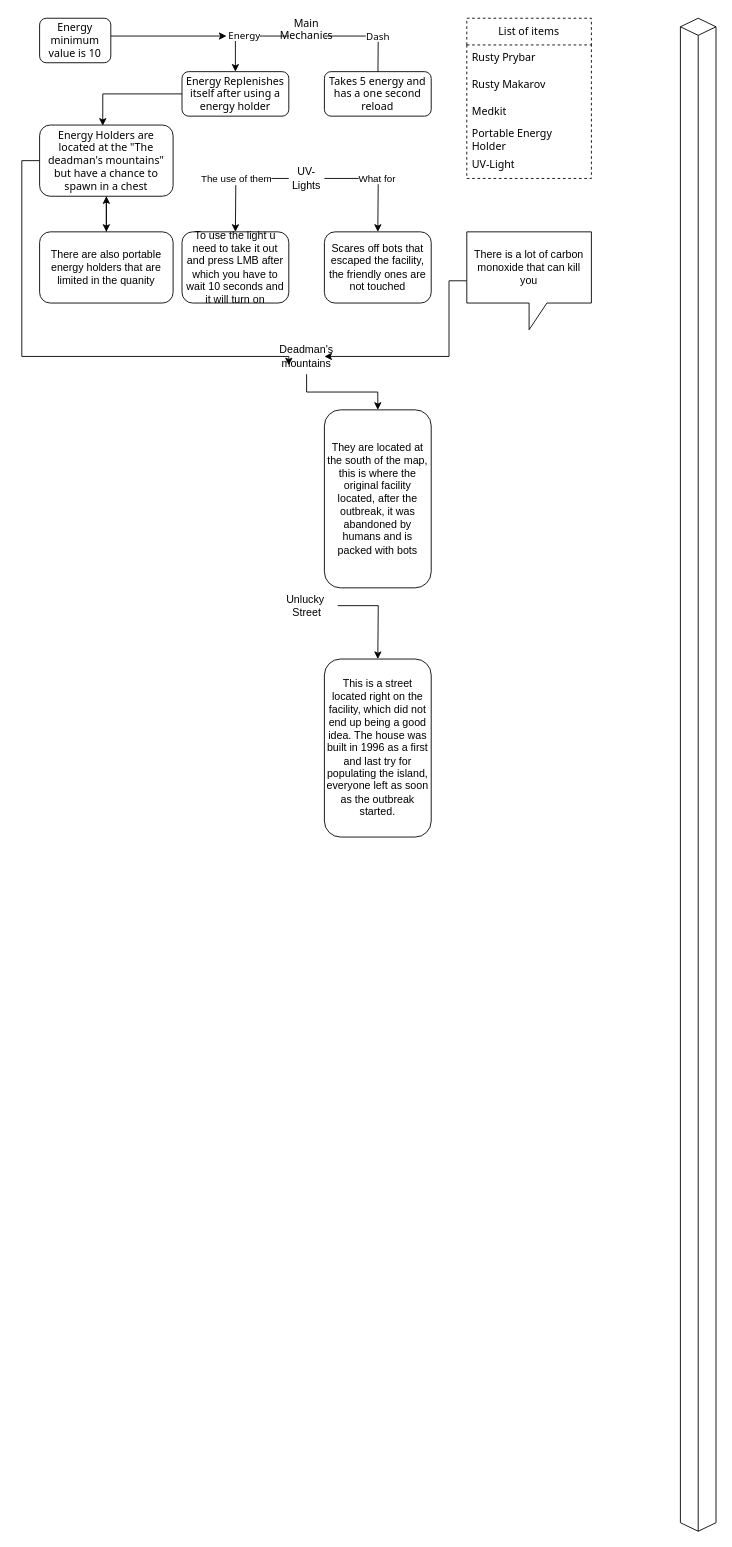
The draw.io diagram ProjectSouth.drawio in limoncatt/projectsouthdocum, before the edit. Source tidied: cells renumbered, new cells numbered last; positions are measured from the earlier drawing's top-left corner, leaving out a move shared by most shapes. Both pictures are drawn from the tidied source at 89%, with x=0, y=0 at pixel (21, 18).
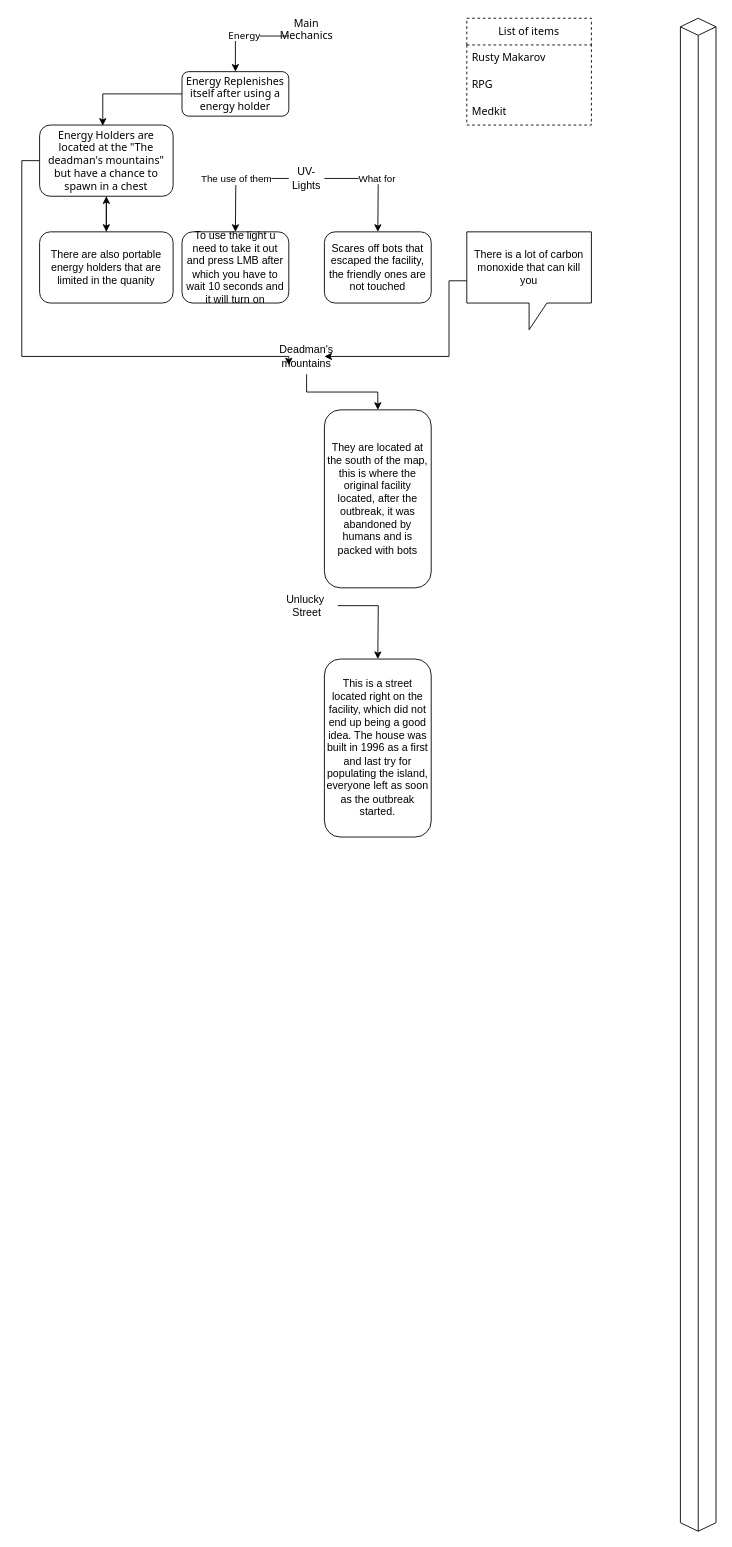
The same diagram, later.

Unchanged cells that the change refers to:
```xml
<mxCell id="4" value="Main Mechanics&lt;div&gt;&lt;br&gt;&lt;/div&gt;" style="text;html=1;align=center;verticalAlign=middle;whiteSpace=wrap;rounded=0;fontFamily=Tahoma;horizontal=1;" parent="1" vertex="1">
  <mxGeometry x="300" width="40" height="40" as="geometry" />
</mxCell>
```

The edit, as a diff of the source:
```diff
@@
-    <mxCell id="2" value="Dash" style="edgeStyle=orthogonalEdgeStyle;rounded=0;jettySize=auto;html=1;exitX=1;exitY=0.5;exitDx=0;exitDy=0;fontFamily=Tahoma;horizontal=1;" parent="1" edge="1" source="4">
-      <mxGeometry relative="1" as="geometry">
-        <mxPoint x="400" y="80" as="targetPoint" />
-      </mxGeometry>
-    </mxCell>
@@
-    <mxCell id="6" value="Takes 5 energy and has a one second reload" style="rounded=1;whiteSpace=wrap;html=1;fontFamily=Tahoma;horizontal=1;" parent="1" vertex="1">
-      <mxGeometry x="340" y="60" width="120" height="50" as="geometry" />
-    </mxCell>
@@
-    <mxCell id="11" style="edgeStyle=orthogonalEdgeStyle;rounded=0;jettySize=auto;html=1;exitX=0.999;exitY=0.419;exitDx=0;exitDy=0;exitPerimeter=0;" parent="1" edge="1" source="12">
-      <mxGeometry relative="1" as="geometry">
-        <mxPoint x="230" y="20" as="targetPoint" />
-        <Array as="points">
-          <mxPoint x="230" y="20" />
-        </Array>
-      </mxGeometry>
-    </mxCell>
-    <mxCell id="12" value="Energy minimum value is 10" style="rounded=1;whiteSpace=wrap;html=1;fontFamily=Tahoma;horizontal=1;" parent="1" vertex="1">
-      <mxGeometry x="20" width="80" height="50" as="geometry" />
-    </mxCell>
     <mxCell id="13" value="List of items" style="swimlane;fontStyle=0;horizontal=1;startSize=30;whiteSpace=wrap;html=1;dashed=1;fontFamily=Tahoma;" parent="1" vertex="1">
-      <mxGeometry x="500" width="140" height="180" as="geometry" />
+      <mxGeometry x="500" width="140" height="120" as="geometry" />
     </mxCell>
-    <mxCell id="14" value="Rusty Prybar" style="text;strokeColor=none;fillColor=none;align=left;verticalAlign=middle;spacingLeft=4;spacingRight=4;overflow=hidden;whiteSpace=wrap;html=1;fontFamily=Tahoma;horizontal=1;" parent="13" vertex="1">
-      <mxGeometry y="30" width="140" height="30" as="geometry" />
-    </mxCell>
     <mxCell id="15" value="Rusty Makarov" style="text;strokeColor=none;fillColor=none;align=left;verticalAlign=middle;spacingLeft=4;spacingRight=4;overflow=hidden;whiteSpace=wrap;html=1;fontFamily=Tahoma;horizontal=1;" parent="13" vertex="1">
-      <mxGeometry y="60" width="140" height="30" as="geometry" />
+      <mxGeometry y="30" width="140" height="30" as="geometry" />
     </mxCell>
+    <mxCell id="17" value="RPG" style="text;strokeColor=none;fillColor=none;align=left;verticalAlign=middle;spacingLeft=4;spacingRight=4;overflow=hidden;whiteSpace=wrap;html=1;fontFamily=Tahoma;horizontal=1;" parent="13" vertex="1">
+      <mxGeometry y="60" width="140" height="30" as="geometry" />
+    </mxCell>
@@
-    <mxCell id="17" value="Portable Energy Holder" style="text;strokeColor=none;fillColor=none;align=left;verticalAlign=middle;spacingLeft=4;spacingRight=4;overflow=hidden;whiteSpace=wrap;html=1;fontFamily=Tahoma;horizontal=1;" parent="13" vertex="1">
-      <mxGeometry y="120" width="140" height="30" as="geometry" />
-    </mxCell>
-    <mxCell id="18" value="UV-Light" style="text;strokeColor=none;fillColor=none;align=left;verticalAlign=middle;spacingLeft=4;spacingRight=4;overflow=hidden;whiteSpace=wrap;html=1;fontFamily=Tahoma;horizontal=1;" parent="13" vertex="1">
-      <mxGeometry y="150" width="140" height="30" as="geometry" />
-    </mxCell>
```
